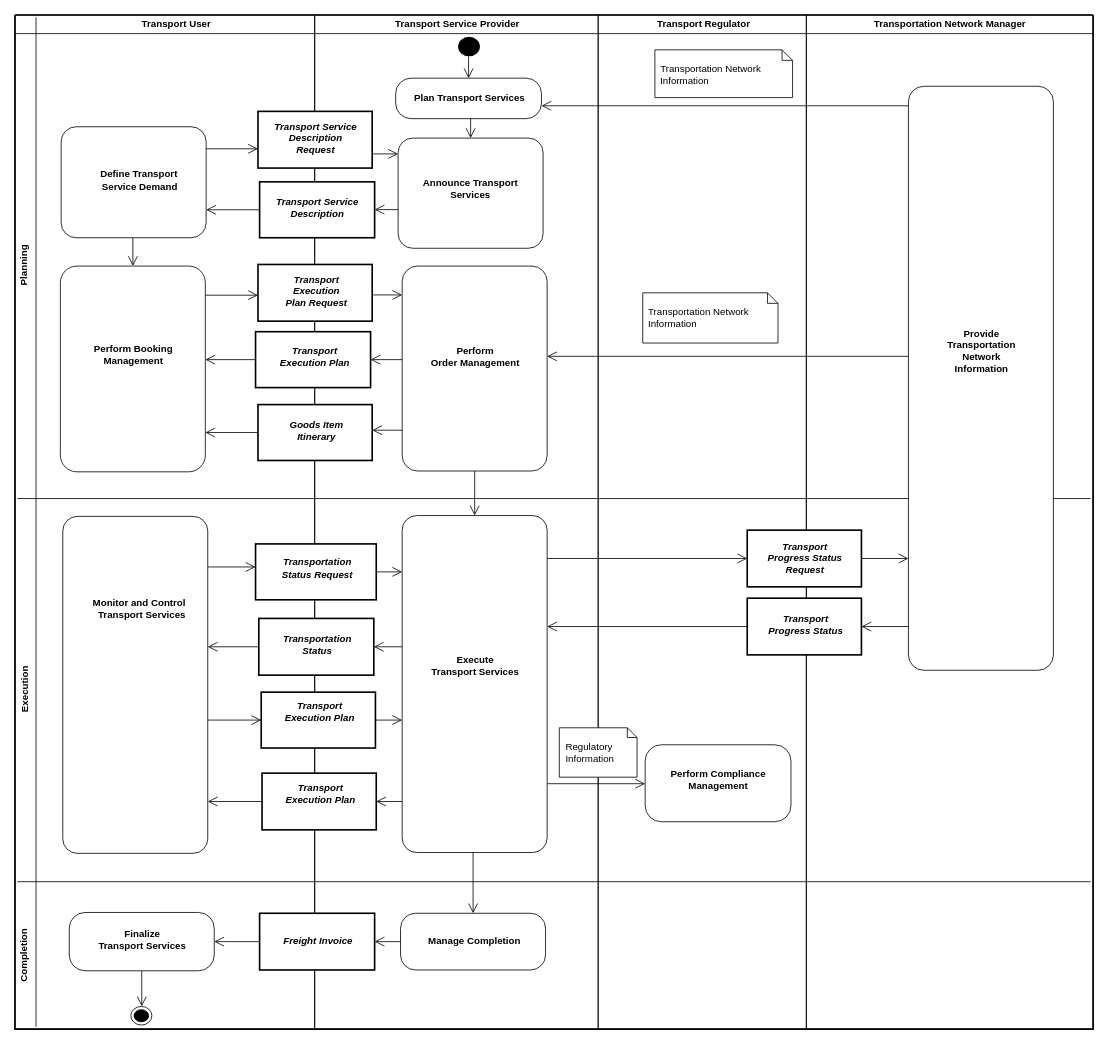
Above: diagrams/UBL-2.2-IMFM-IntermodalFreightManagementProcess/UBL-2.2-IMFM-IntermodalFreightManagementProcess.drawio in kduvekot/ubl-work-on-svg-images (draw.io), before the change. Source tidied: cells renumbered, new cells numbered last; positions are measured from the earlier drawing's top-left corner, leaving out a move shared by most shapes. Both pictures are drawn from the tidied source at 81%, with x=0, y=0 at pixel (14, 15).
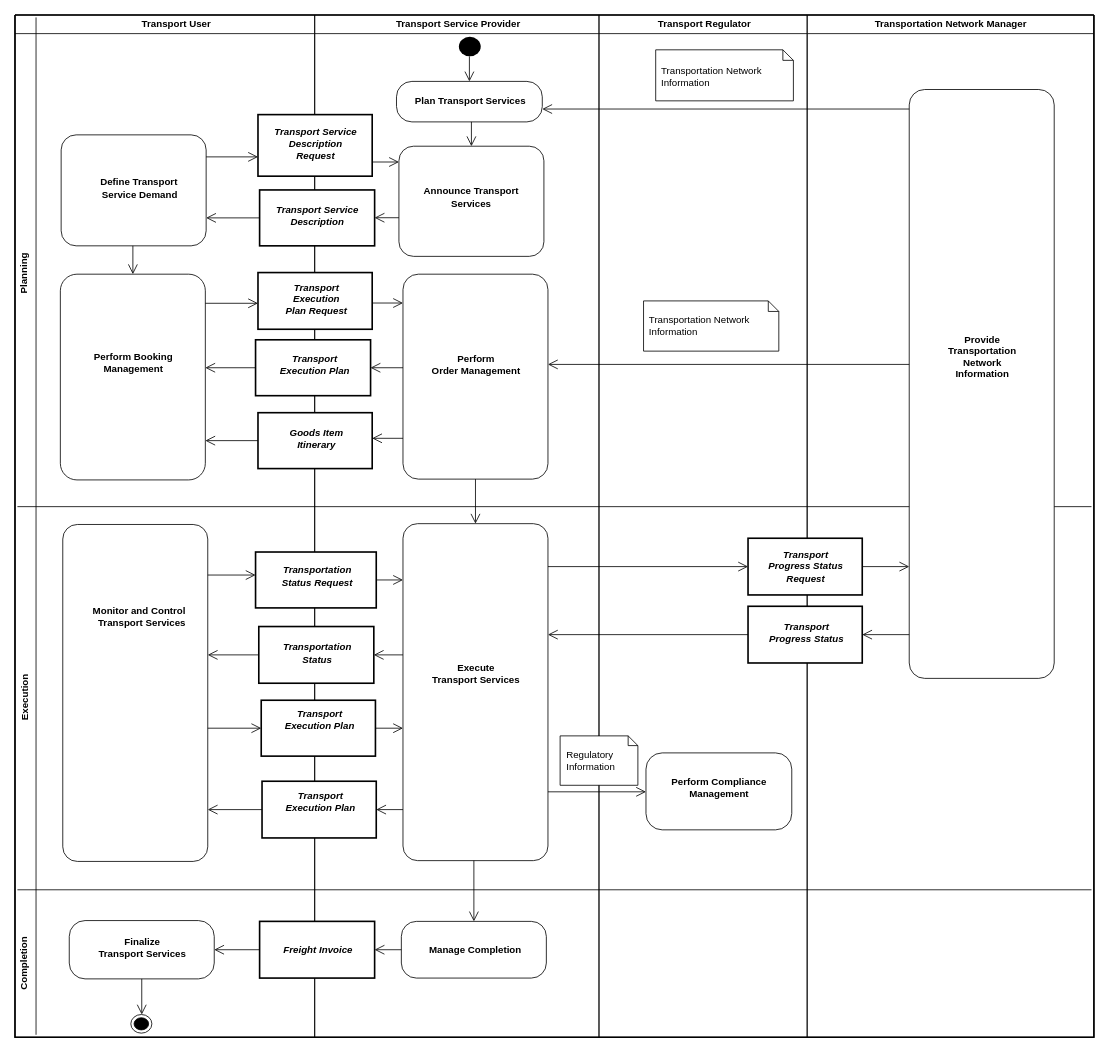
The same page after the edit.

The edit, as a diff of the source:
```diff
@@
     <mxCell id="2" style="swimlane;html=1;startSize=0;whiteSpace=wrap;fillColor=none;strokeWidth=2;" parent="1" vertex="1">
-      <mxGeometry x="1" width="1331" height="1252" as="geometry" />
+      <mxGeometry x="1" width="1332" height="1262" as="geometry" />
     </mxCell>
     <mxCell id="3" style="shape=line;html=1;" parent="2" vertex="1">
-      <mxGeometry x="3" y="592" width="1325" height="10" as="geometry" />
+      <mxGeometry x="3" y="602" width="1326" height="10" as="geometry" />
     </mxCell>
     <mxCell id="4" style="shape=line;html=1;" parent="2" vertex="1">
-      <mxGeometry x="3" y="1065" width="1325" height="10" as="geometry" />
+      <mxGeometry x="3" y="1075" width="1326" height="10" as="geometry" />
     </mxCell>
     <mxCell id="5" value="Planning" style="text;html=1;horizontal=0;whiteSpace=nowrap;fontStyle=1;align=center;verticalAlign=middle;spacing=0;" parent="2" vertex="1">
-      <mxGeometry x="-1" y="272" width="25" height="76" as="geometry" />
+      <mxGeometry x="-1" y="282" width="25" height="76" as="geometry" />
     </mxCell>
     <mxCell id="6" value="Execution" style="text;html=1;horizontal=0;whiteSpace=nowrap;fontStyle=1;align=center;verticalAlign=middle;spacing=0;" parent="2" vertex="1">
-      <mxGeometry x="-1" y="791" width="25" height="85" as="geometry" />
+      <mxGeometry x="-1" y="801" width="25" height="85" as="geometry" />
     </mxCell>
     <mxCell id="7" value="Completion" style="text;html=1;horizontal=0;whiteSpace=nowrap;fontStyle=1;align=center;verticalAlign=middle;spacing=0;" parent="2" vertex="1">
-      <mxGeometry x="-1" y="1116" width="25" height="92" as="geometry" />
+      <mxGeometry x="-1" y="1126" width="25" height="92" as="geometry" />
     </mxCell>
     <mxCell id="8" value="Transport User" style="swimlane;horizontal=1;startSize=23;swimlaneLine=1;spacingBottom=1;html=1;fillColor=none;fontStyle=1;spacing=0;spacingLeft=27;" parent="2" vertex="1">
-      <mxGeometry width="370" height="1252" as="geometry" />
+      <mxGeometry width="370" height="1262" as="geometry" />
     </mxCell>
     <mxCell id="9" value="Transport Service Provider" style="swimlane;horizontal=1;startSize=23;swimlaneLine=1;spacingBottom=1;html=1;fillColor=none;fontStyle=1;spacing=0;spacingLeft=2;" parent="2" vertex="1">
-      <mxGeometry x="370" width="350" height="1252" as="geometry" />
+      <mxGeometry x="370" width="351" height="1262" as="geometry" />
     </mxCell>
     <mxCell id="10" value="Transport Regulator" style="swimlane;horizontal=1;startSize=23;swimlaneLine=1;spacingBottom=1;html=1;fillColor=none;fontStyle=1;spacing=0;spacingLeft=2;" parent="2" vertex="1">
-      <mxGeometry x="720" width="257" height="1252" as="geometry" />
+      <mxGeometry x="721" width="257" height="1262" as="geometry" />
     </mxCell>
     <mxCell id="11" value="Transportation Network Manager" style="swimlane;horizontal=1;startSize=23;swimlaneLine=1;spacingBottom=1;html=1;fillColor=none;fontStyle=1;spacing=0;" parent="2" vertex="1">
-      <mxGeometry x="977" width="354" height="1252" as="geometry" />
+      <mxGeometry x="978" width="354" height="1262" as="geometry" />
     </mxCell>
     <mxCell id="12" style="shape=line;direction=south;html=1;" parent="8" vertex="1">
-      <mxGeometry x="21" y="3" width="10" height="1246" as="geometry" />
+      <mxGeometry x="21" y="3" width="10" height="1256" as="geometry" />
     </mxCell>
     <mxCell id="13" style="ellipse;shape=startState;fillColor=#000000;strokeColor=none;html=1;" parent="9" vertex="1">
-      <mxGeometry x="173" y="23" width="35" height="32" as="geometry" />
+      <mxGeometry x="174" y="23" width="35" height="32" as="geometry" />
     </mxCell>
     <mxCell id="14" value="Transportation Network&lt;br&gt;Information" style="shape=note;size=13;html=1;whiteSpace=nowrap;fontStyle=0;align=left;verticalAlign=middle;spacing=0;spacingLeft=7;spacingTop=3;" parent="10" vertex="1">
-      <mxGeometry x="70" y="43" width="170" height="59" as="geometry" />
+      <mxGeometry x="70" y="43" width="170" height="63" as="geometry" />
     </mxCell>
     <mxCell id="15" value="Plan Transport Services" style="rounded=1;absoluteArcSize=1;arcSize=38;html=1;whiteSpace=nowrap;fontStyle=1;align=center;verticalAlign=middle;spacing=0;spacingLeft=2;spacingBottom=1;" parent="9" vertex="1">
-      <mxGeometry x="100" y="78" width="180" height="50" as="geometry" />
+      <mxGeometry x="101" y="82" width="180" height="50" as="geometry" />
     </mxCell>
-    <mxCell id="16" value="Provide&lt;br&gt;Transportation&lt;br&gt;Network&lt;br&gt;Information" style="rounded=1;absoluteArcSize=1;arcSize=38;html=1;whiteSpace=nowrap;fontStyle=1;align=center;verticalAlign=middle;spacing=0;spacingLeft=1;spacingBottom=68;points=[[0,0],[0.25,0],[0.5,0],[0.75,0],[1,0],[0,0.25],[0,0.5],[0,0.75],[1,0.25],[1,0.5],[1,0.75],[0,1],[0.25,1],[0.5,1],[0.75,1],[1,1],[0,0.808599]];" parent="11" vertex="1">
-      <mxGeometry x="126" y="88" width="179" height="721" as="geometry" />
+    <mxCell id="16" value="Provide&lt;br&gt;Transportation&lt;br&gt;Network&lt;br&gt;Information" style="rounded=1;absoluteArcSize=1;arcSize=38;html=1;whiteSpace=nowrap;fontStyle=1;align=center;verticalAlign=middle;spacing=0;spacingLeft=1;spacingBottom=68;points=[[0,0],[0.25,0],[0.5,0],[0.75,0],[1,0],[0,0.25619],[0,0.504127],[0,0.752063],[1,0.25619],[1,0.504127],[1,0.752063],[0,1],[0.25,1],[0.5,1],[0.75,1],[1,1],[0,0.810179]];" parent="11" vertex="1">
+      <mxGeometry x="126" y="92" width="179" height="727" as="geometry" />
     </mxCell>
     <mxCell id="17" value="Transport Service&lt;br&gt;Description&lt;br&gt;Request" style="rounded=0;html=1;whiteSpace=nowrap;fontStyle=3;align=center;verticalAlign=middle;spacing=0;spacingBottom=4;strokeWidth=2;" parent="9" vertex="1">
-      <mxGeometry x="-70" y="119" width="141" height="70" as="geometry" />
+      <mxGeometry x="-70" y="123" width="141" height="76" as="geometry" />
     </mxCell>
     <mxCell id="18" value="Define Transport&lt;br&gt;Service Demand" style="rounded=1;absoluteArcSize=1;arcSize=37;html=1;whiteSpace=nowrap;fontStyle=1;align=right;verticalAlign=middle;spacing=0;spacingRight=36;spacingBottom=6;points=[[0,0],[0.25,0],[0.5,0],[0.75,0],[1,0],[0,0.25],[0,0.5],[0,0.75],[1,0.25],[1,0.5],[1,0.748175],[0,1],[0.25,1],[0.5,1],[0.75,1],[1,1],[1,0.198489]];" parent="8" vertex="1">
-      <mxGeometry x="57" y="138" width="179" height="137" as="geometry" />
+      <mxGeometry x="57" y="148" width="179" height="137" as="geometry" />
     </mxCell>
     <mxCell id="19" value="Announce Transport&lt;br&gt;Services" style="rounded=1;absoluteArcSize=1;arcSize=36;html=1;whiteSpace=nowrap;fontStyle=1;align=center;verticalAlign=middle;spacing=0;spacingRight=1;spacingBottom=10;" parent="9" vertex="1">
-      <mxGeometry x="103" y="152" width="179" height="136" as="geometry" />
+      <mxGeometry x="104" y="162" width="179" height="136" as="geometry" />
     </mxCell>
     <mxCell id="20" value="Transport Service&lt;br&gt;Description" style="rounded=0;html=1;whiteSpace=nowrap;fontStyle=3;align=center;verticalAlign=middle;spacing=0;spacingBottom=5;strokeWidth=2;" parent="9" vertex="1">
-      <mxGeometry x="-68" y="206" width="142" height="69" as="geometry" />
+      <mxGeometry x="-68" y="216" width="142" height="69" as="geometry" />
     </mxCell>
     <mxCell id="21" value="Transport&lt;br&gt;Execution&lt;br&gt;Plan Request" style="rounded=0;html=1;whiteSpace=nowrap;fontStyle=3;align=center;verticalAlign=middle;spacing=0;spacingLeft=3;spacingBottom=4;strokeWidth=2;" parent="9" vertex="1">
-      <mxGeometry x="-70" y="308" width="141" height="70" as="geometry" />
+      <mxGeometry x="-70" y="318" width="141" height="70" as="geometry" />
     </mxCell>
     <mxCell id="22" value="Perform Booking&lt;br&gt;Management" style="rounded=1;absoluteArcSize=1;arcSize=41;html=1;whiteSpace=nowrap;fontStyle=1;align=center;verticalAlign=middle;spacing=0;spacingLeft=1;spacingBottom=36;points=[[0,0],[0.25,0],[0.5,0],[0.75,0],[1,0],[0,0.25],[0,0.5],[0,0.75],[1,0.25],[1,0.5],[1,0.75],[0,1],[0.25,1],[0.5,1],[0.75,1],[1,1],[1,0.141441],[1,0.454724]];" parent="8" vertex="1">
-      <mxGeometry x="56" y="310" width="179" height="254" as="geometry" />
+      <mxGeometry x="56" y="320" width="179" height="254" as="geometry" />
     </mxCell>
     <mxCell id="23" value="Perform&lt;br&gt;Order Management" style="rounded=1;absoluteArcSize=1;arcSize=38;html=1;whiteSpace=nowrap;fontStyle=1;align=center;verticalAlign=middle;spacing=0;spacingLeft=1;spacingBottom=30;" parent="9" vertex="1">
-      <mxGeometry x="108" y="310" width="179" height="253" as="geometry" />
+      <mxGeometry x="109" y="320" width="179" height="253" as="geometry" />
     </mxCell>
     <mxCell id="24" value="Transportation Network&lt;br&gt;Information" style="shape=note;size=13;html=1;whiteSpace=nowrap;fontStyle=0;align=left;verticalAlign=middle;spacing=0;spacingLeft=7;" parent="10" vertex="1">
-      <mxGeometry x="55" y="343" width="167" height="62" as="geometry" />
+      <mxGeometry x="55" y="353" width="167" height="62" as="geometry" />
     </mxCell>
     <mxCell id="25" value="Transport&lt;br&gt;Execution Plan" style="rounded=0;html=1;whiteSpace=nowrap;fontStyle=3;align=center;verticalAlign=middle;spacing=0;spacingLeft=3;spacingBottom=8;strokeWidth=2;" parent="9" vertex="1">
-      <mxGeometry x="-73" y="391" width="142" height="69" as="geometry" />
+      <mxGeometry x="-73" y="401" width="142" height="69" as="geometry" />
     </mxCell>
     <mxCell id="26" value="Goods Item&lt;br&gt;Itinerary" style="rounded=0;html=1;whiteSpace=nowrap;fontStyle=3;align=center;verticalAlign=middle;spacing=0;spacingLeft=2;spacingBottom=5;strokeWidth=2;" parent="9" vertex="1">
-      <mxGeometry x="-70" y="481" width="141" height="69" as="geometry" />
+      <mxGeometry x="-70" y="491" width="141" height="69" as="geometry" />
     </mxCell>
     <mxCell id="27" value="Monitor and Control&lt;br&gt;Transport Services" style="rounded=1;absoluteArcSize=1;arcSize=36;html=1;whiteSpace=nowrap;fontStyle=1;align=right;verticalAlign=middle;spacing=0;spacingRight=28;spacingBottom=189;points=[[0,0],[0.25,0],[0.5,0],[0.75,0],[1,0],[0,0.25],[0,0.5],[0,0.75],[1,0.25],[1,0.5],[1,0.75],[0,1],[0.25,1],[0.5,1],[0.75,1],[1,1],[1,0.150084],[1,0.387019],[1,0.604567]];" parent="8" vertex="1">
-      <mxGeometry x="59" y="619" width="179" height="416" as="geometry" />
+      <mxGeometry x="59" y="629" width="179" height="416" as="geometry" />
     </mxCell>
     <mxCell id="28" value="Execute&lt;br&gt;Transport Services" style="rounded=1;absoluteArcSize=1;arcSize=36;html=1;whiteSpace=nowrap;fontStyle=1;align=center;verticalAlign=middle;spacing=0;spacingBottom=47;" parent="9" vertex="1">
-      <mxGeometry x="108" y="618" width="179" height="416" as="geometry" />
+      <mxGeometry x="109" y="628" width="179" height="416" as="geometry" />
     </mxCell>
     <mxCell id="29" value="Transport&lt;br&gt;Progress Status&lt;br&gt;Request" style="rounded=0;html=1;whiteSpace=nowrap;fontStyle=3;align=center;verticalAlign=middle;spacing=0;spacingLeft=1;strokeWidth=2;" parent="11" vertex="1">
-      <mxGeometry x="-73" y="636" width="141" height="70" as="geometry" />
+      <mxGeometry x="-73" y="646" width="141" height="70" as="geometry" />
     </mxCell>
     <mxCell id="30" value="Transportation&lt;br&gt;Status Request" style="rounded=0;html=1;whiteSpace=nowrap;fontStyle=3;align=center;verticalAlign=middle;spacing=0;spacingLeft=3;spacingBottom=9;strokeWidth=2;" parent="9" vertex="1">
-      <mxGeometry x="-73" y="653" width="149" height="69" as="geometry" />
+      <mxGeometry x="-73" y="663" width="149" height="69" as="geometry" />
     </mxCell>
     <mxCell id="31" value="Transport&lt;br&gt;Progress Status" style="rounded=0;html=1;whiteSpace=nowrap;fontStyle=3;align=center;verticalAlign=middle;spacing=0;spacingLeft=3;spacingBottom=5;strokeWidth=2;" parent="11" vertex="1">
-      <mxGeometry x="-73" y="720" width="141" height="70" as="geometry" />
+      <mxGeometry x="-73" y="730" width="141" height="70" as="geometry" />
     </mxCell>
     <mxCell id="32" value="Transportation&lt;br&gt;Status" style="rounded=0;html=1;whiteSpace=nowrap;fontStyle=3;align=center;verticalAlign=middle;spacing=0;spacingLeft=2;spacingBottom=5;strokeWidth=2;" parent="9" vertex="1">
-      <mxGeometry x="-69" y="745" width="142" height="70" as="geometry" />
+      <mxGeometry x="-69" y="755" width="142" height="70" as="geometry" />
     </mxCell>
     <mxCell id="33" value="Transport&lt;br&gt;Execution Plan" style="rounded=0;html=1;whiteSpace=nowrap;fontStyle=3;align=center;verticalAlign=middle;spacing=0;spacingLeft=2;spacingBottom=21;strokeWidth=2;" parent="9" vertex="1">
-      <mxGeometry x="-66" y="836" width="141" height="69" as="geometry" />
+      <mxGeometry x="-66" y="846" width="141" height="69" as="geometry" />
     </mxCell>
     <mxCell id="34" value="Regulatory&lt;br&gt;Information" style="shape=note;size=12;html=1;whiteSpace=nowrap;fontStyle=0;align=left;verticalAlign=middle;spacing=0;spacingLeft=8;spacingTop=1;" parent="10" vertex="1">
-      <mxGeometry x="-48" y="880" width="96" height="61" as="geometry" />
+      <mxGeometry x="-48" y="890" width="96" height="61" as="geometry" />
     </mxCell>
     <mxCell id="35" value="Perform Compliance&lt;br&gt;Management" style="rounded=1;absoluteArcSize=1;arcSize=40;html=1;whiteSpace=nowrap;fontStyle=1;align=center;verticalAlign=middle;spacing=0;spacingBottom=10;" parent="10" vertex="1">
-      <mxGeometry x="58" y="901" width="180" height="95" as="geometry" />
+      <mxGeometry x="58" y="911" width="180" height="95" as="geometry" />
     </mxCell>
     <mxCell id="36" value="Transport&lt;br&gt;Execution Plan" style="rounded=0;html=1;whiteSpace=nowrap;fontStyle=3;align=center;verticalAlign=middle;spacing=0;spacingLeft=3;spacingBottom=21;strokeWidth=2;" parent="9" vertex="1">
-      <mxGeometry x="-65" y="936" width="141" height="70" as="geometry" />
+      <mxGeometry x="-65" y="946" width="141" height="70" as="geometry" />
     </mxCell>
     <mxCell id="37" value="Finalize&lt;br&gt;Transport Services" style="rounded=1;absoluteArcSize=1;arcSize=39;html=1;whiteSpace=nowrap;fontStyle=1;align=center;verticalAlign=middle;spacing=0;spacingLeft=1;spacingBottom=4;" parent="8" vertex="1">
-      <mxGeometry x="67" y="1108" width="179" height="72" as="geometry" />
+      <mxGeometry x="67" y="1118" width="179" height="72" as="geometry" />
     </mxCell>
     <mxCell id="38" value="Manage Completion" style="rounded=1;absoluteArcSize=1;arcSize=37;html=1;whiteSpace=nowrap;fontStyle=1;align=center;verticalAlign=middle;spacing=0;spacingLeft=2;spacingBottom=1;" parent="9" vertex="1">
-      <mxGeometry x="106" y="1109" width="179" height="70" as="geometry" />
+      <mxGeometry x="107" y="1119" width="179" height="70" as="geometry" />
     </mxCell>
     <mxCell id="39" value="Freight Invoice" style="rounded=0;html=1;whiteSpace=nowrap;fontStyle=3;align=center;verticalAlign=middle;spacing=0;spacingLeft=2;spacingBottom=1;strokeWidth=2;" parent="9" vertex="1">
-      <mxGeometry x="-68" y="1109" width="142" height="70" as="geometry" />
+      <mxGeometry x="-68" y="1119" width="142" height="70" as="geometry" />
     </mxCell>
     <mxCell id="40" style="ellipse;shape=endState;fillColor=#000000;html=1;" parent="8" vertex="1">
-      <mxGeometry x="143" y="1224" width="26" height="23" as="geometry" />
+      <mxGeometry x="143" y="1234" width="26" height="23" as="geometry" />
     </mxCell>
@@
-    <mxCell id="42" style="edgeStyle=none;rounded=0;html=1;endArrow=open;endFill=0;endSize=10;exitPerimeter=0;entryX=1;entryY=0.6819;entryPerimeter=0;exitX=0;exitY=0.033419;" parent="2" edge="1" source="16" target="15">
+    <mxCell id="42" style="edgeStyle=none;rounded=0;html=1;endArrow=open;endFill=0;endSize=10;exitPerimeter=0;entryX=1;entryY=0.6819;entryPerimeter=0;exitX=0;exitY=0.033143;" parent="2" edge="1" source="16" target="15">
       <mxGeometry relative="1" as="geometry" />
     </mxCell>
@@
-    <mxCell id="44" style="edgeStyle=none;rounded=0;html=1;endArrow=open;endFill=0;endSize=10;exitPerimeter=0;entryX=0;entryY=0.6599;entryPerimeter=0;exitX=1;exitY=0.198489;" parent="2" edge="1" source="18" target="17">
+    <mxCell id="44" style="edgeStyle=none;rounded=0;html=1;endArrow=open;endFill=0;endSize=10;exitPerimeter=0;entryX=0;entryY=0.68675;entryPerimeter=0;exitX=1;exitY=0.198489;" parent="2" edge="1" source="18" target="17">
       <mxGeometry relative="1" as="geometry" />
     </mxCell>
-    <mxCell id="45" style="edgeStyle=none;rounded=0;html=1;endArrow=open;endFill=0;endSize=10;exitX=1;exitY=0.75;exitPerimeter=0;entryPerimeter=0;entryX=0;entryY=0.143382;" parent="9" edge="1" source="17" target="19">
+    <mxCell id="45" style="edgeStyle=none;rounded=0;html=1;endArrow=open;endFill=0;endSize=10;exitX=1;exitY=0.769737;exitPerimeter=0;entryPerimeter=0;entryX=0;entryY=0.143382;" parent="9" edge="1" source="17" target="19">
       <mxGeometry relative="1" as="geometry" />
     </mxCell>
@@
-    <mxCell id="51" style="edgeStyle=none;rounded=0;html=1;endArrow=open;endFill=0;endSize=10;exitPerimeter=0;entryX=1;entryY=0.4403;entryPerimeter=0;exitX=0;exitY=0.462408;" parent="2" edge="1" source="16" target="23">
+    <mxCell id="51" style="edgeStyle=none;rounded=0;html=1;endArrow=open;endFill=0;endSize=10;exitPerimeter=0;entryX=1;entryY=0.4403;entryPerimeter=0;exitX=0;exitY=0.466845;" parent="2" edge="1" source="16" target="23">
       <mxGeometry relative="1" as="geometry" />
     </mxCell>
@@
-    <mxCell id="58" style="edgeStyle=none;rounded=0;html=1;endArrow=open;endFill=0;endSize=10;exitX=1;exitY=0.5;exitPerimeter=0;entryPerimeter=0;entryX=0;entryY=0.808599;" parent="11" edge="1" source="29" target="16">
+    <mxCell id="58" style="edgeStyle=none;rounded=0;html=1;endArrow=open;endFill=0;endSize=10;exitX=1;exitY=0.5;exitPerimeter=0;entryPerimeter=0;entryX=0;entryY=0.810179;" parent="11" edge="1" source="29" target="16">
       <mxGeometry relative="1" as="geometry" />
     </mxCell>
@@
-    <mxCell id="61" style="edgeStyle=none;rounded=0;html=1;endArrow=open;endFill=0;endSize=10;exitPerimeter=0;entryX=1;entryY=0.5;entryPerimeter=0;exitX=0;exitY=0.925104;" parent="11" edge="1" source="16" target="31">
+    <mxCell id="61" style="edgeStyle=none;rounded=0;html=1;endArrow=open;endFill=0;endSize=10;exitPerimeter=0;entryX=1;entryY=0.5;entryPerimeter=0;exitX=0;exitY=0.925722;" parent="11" edge="1" source="16" target="31">
       <mxGeometry relative="1" as="geometry" />
     </mxCell>
```
